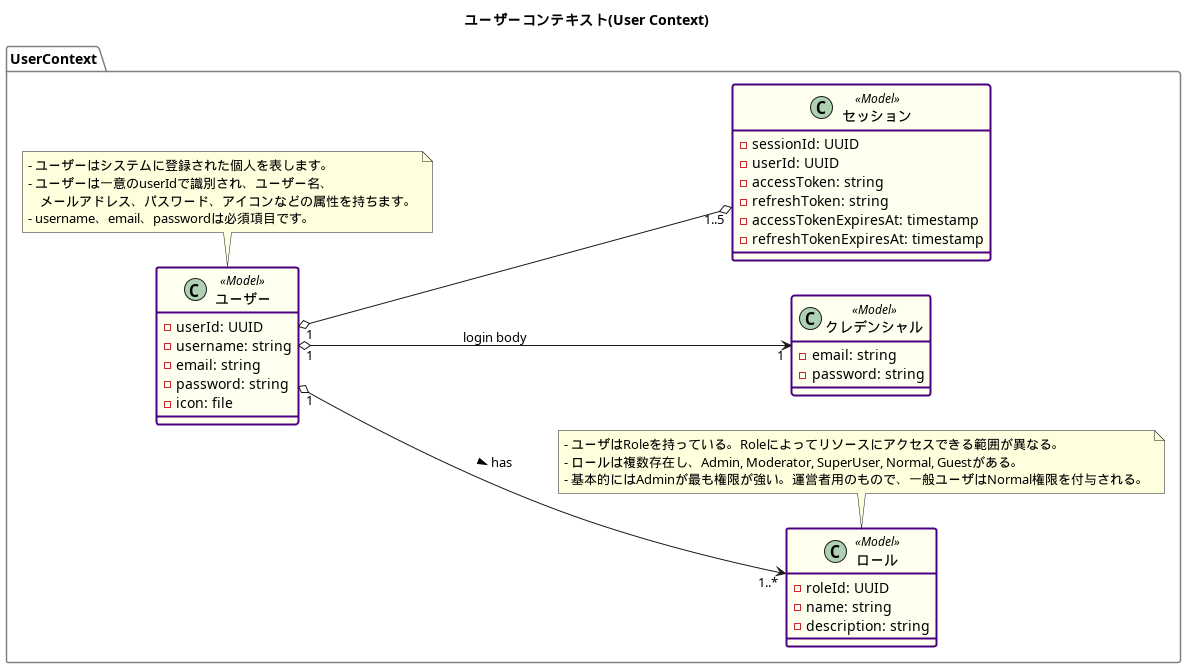
The PlantUML diagram assets/domain-models-user.png in POD-azlamarhyu/go_cleanarchitecture_practice, before a commit. The source it was exported from:
```plantuml
@startuml domain-models-user
left to right direction

skinparam ClassBackgroundColor Ivory
skinparam ClassBorderColor Indigo

title ユーザーコンテキスト(User Context)

package UserContext as UM #line:Gray {

    class "ユーザー" as Users <<Model>> #line.bold {
        - userId: UUID
        - username: string
        - email: string
        - password: string
        - icon: file
    }
    note bottom of Users
        - ユーザーはシステムに登録された個人を表します。
        - ユーザーは一意のuserIdで識別され、ユーザー名、
            メールアドレス、パスワード、アイコンなどの属性を持ちます。
        - username、email、passwordは必須項目です。
    end note

    class "ロール" as Role <<Model>> #line.bold {
        - roleId: UUID
        - name: string
        - description: string
    }

    note bottom of Role
        - ユーザはRoleを持っている。Roleによってリソースにアクセスできる範囲が異なる。
        - ロールは複数存在し、Admin, Moderator, SuperUser, Normal, Guestがある。
        - 基本的にはAdminが最も権限が強い。運営者用のもので、一般ユーザはNormal権限を付与される。
    end note

    class "クレデンシャル" as Credential <<Model>> #line.bold {
        - email: string
        - password: string
    }

    class "セッション" as Session <<Model>> #line.bold {
        - sessionId: UUID
        - userId: UUID
        - accessToken: string
        - refreshToken: string
        - accessTokenExpiresAt: timestamp
        - refreshTokenExpiresAt: timestamp
    }
}

Users "1" o--> "1..*" Role : has >
Users "1" o--> "1" Credential : login body
Users "1" o--o "1..5" Session
@enduml
```
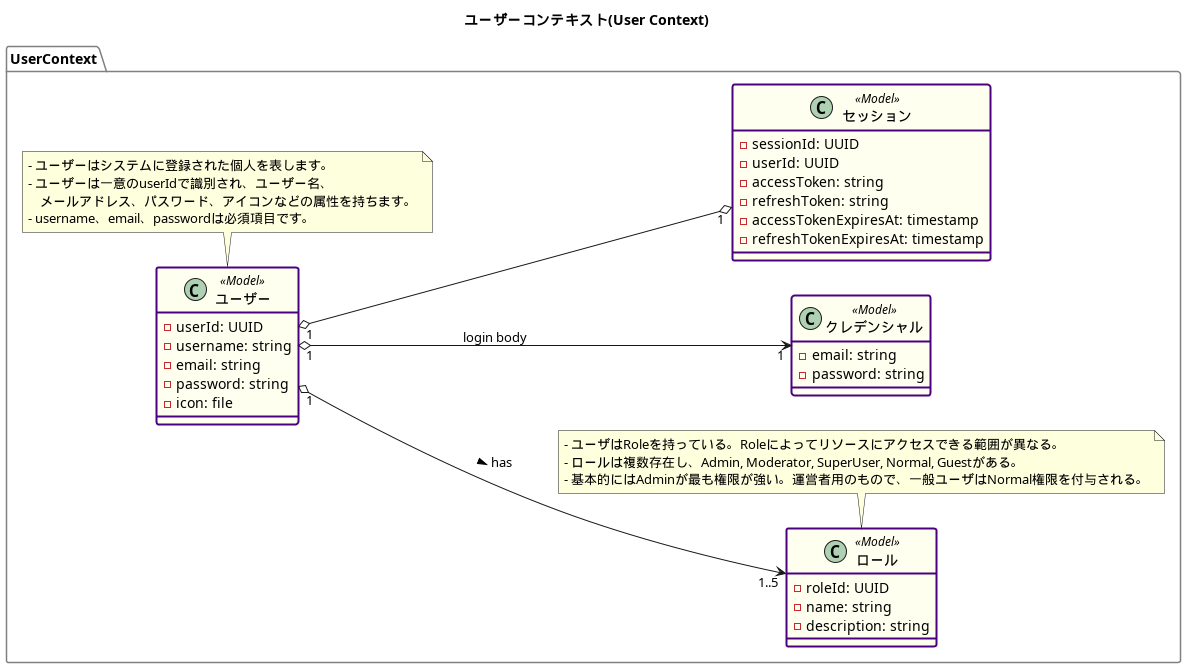
The same diagram one commit later.

Commit message:
ドメインモデル図を修正

What changed in the source:
```diff
@@ -8,14 +8,14 @@
 
 package UserContext as UM #line:Gray {
 
-    class "ユーザー" as Users <<Model>> #line.bold {
+    class "ユーザー" as User <<Model>> #line.bold {
         - userId: UUID
         - username: string
         - email: string
         - password: string
         - icon: file
     }
-    note bottom of Users
+    note bottom of User
         - ユーザーはシステムに登録された個人を表します。
         - ユーザーは一意のuserIdで識別され、ユーザー名、
             メールアドレス、パスワード、アイコンなどの属性を持ちます。
@@ -49,7 +49,7 @@
     }
 }
 
-Users "1" o--> "1..*" Role : has >
-Users "1" o--> "1" Credential : login body
-Users "1" o--o "1..5" Session
+User "1" o--> "1..5" Role : has >
+User "1" o--> "1" Credential : login body
+User "1" o--o "1" Session
 @enduml
```
